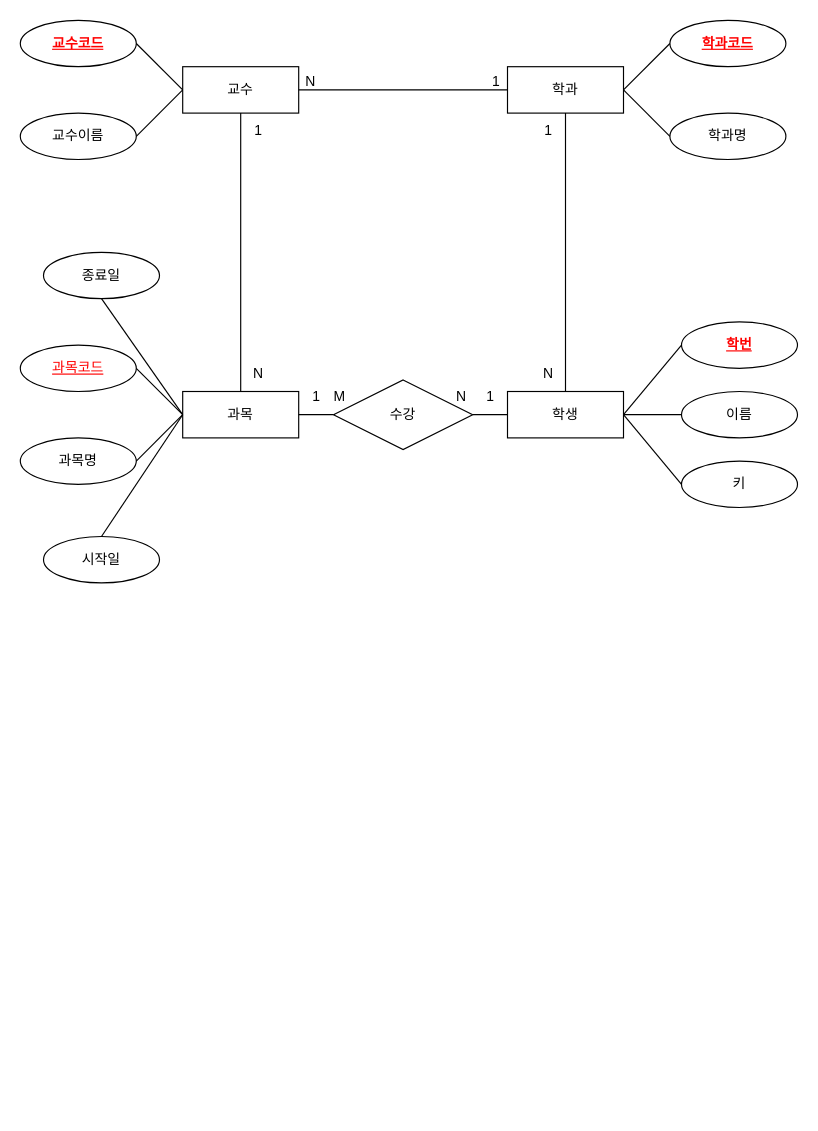
Earlier version of the draw.io diagram 학사관리.drawio (oin1230/OIN). Source tidied: cells renumbered, new cells numbered last; positions are measured from the earlier drawing's top-left corner, leaving out a move shared by most shapes. Both pictures are drawn from the tidied source at 116%, with x=0, y=0 at pixel (20, 20).
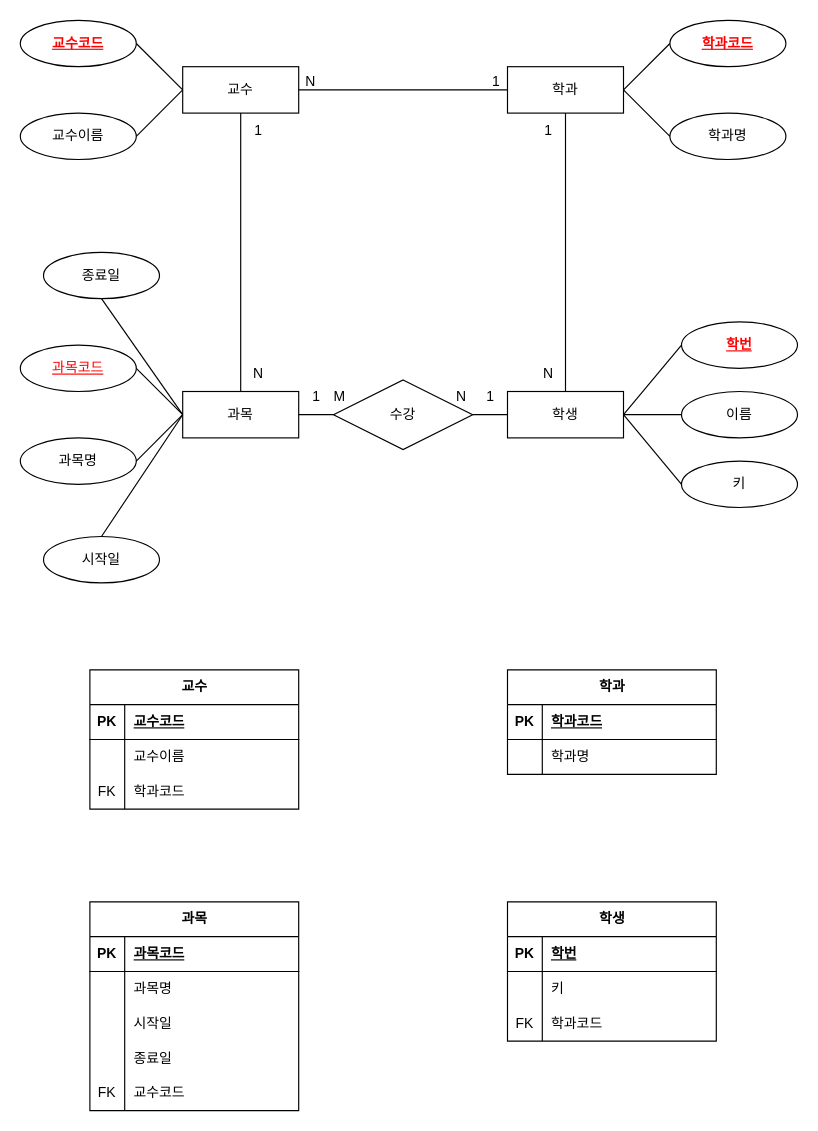
After the change.

Commit message (it also covers changes not shown here):
학사관리.drawio 업데이트

The edit, as a diff of the source:
```diff
@@
+    <mxCell id="44" value="교수" style="shape=table;startSize=30;childLayout=tableLayout;rowLines=0;fontStyle=1;align=center;html=1;" parent="1" vertex="1">
+      <mxGeometry x="60" y="560" width="180" height="120" as="geometry" />
+    </mxCell>
+    <mxCell id="45" style="shape=tableRow;horizontal=0;startSize=0;swimlaneHead=0;swimlaneBody=0;fillColor=none;top=0;left=0;right=0;bottom=1;" parent="44" vertex="1">
+      <mxGeometry y="30" width="180" height="30" as="geometry" />
+    </mxCell>
+    <mxCell id="46" value="PK" style="shape=partialRectangle;fillColor=none;top=0;left=0;bottom=0;right=0;fontStyle=1;overflow=hidden;whiteSpace=wrap;html=1;" parent="45" vertex="1">
+      <mxGeometry width="30" height="30" as="geometry" />
+    </mxCell>
+    <mxCell id="47" value="교수코드" style="shape=partialRectangle;fillColor=none;top=0;left=0;bottom=0;right=0;align=left;spacingLeft=6;fontStyle=5;overflow=hidden;whiteSpace=wrap;html=1;" parent="45" vertex="1">
+      <mxGeometry x="30" width="150" height="30" as="geometry" />
+    </mxCell>
+    <mxCell id="48" style="shape=tableRow;horizontal=0;startSize=0;swimlaneHead=0;swimlaneBody=0;fillColor=none;top=0;left=0;right=0;bottom=0;" parent="44" vertex="1">
+      <mxGeometry y="60" width="180" height="30" as="geometry" />
+    </mxCell>
+    <mxCell id="49" style="shape=partialRectangle;fillColor=none;top=0;left=0;bottom=0;right=0;overflow=hidden;whiteSpace=wrap;html=1;" parent="48" vertex="1">
+      <mxGeometry width="30" height="30" as="geometry" />
+    </mxCell>
+    <mxCell id="50" value="교수이름" style="shape=partialRectangle;fillColor=none;top=0;left=0;bottom=0;right=0;align=left;spacingLeft=6;overflow=hidden;whiteSpace=wrap;html=1;" parent="48" vertex="1">
+      <mxGeometry x="30" width="150" height="30" as="geometry" />
+    </mxCell>
+    <mxCell id="51" style="shape=tableRow;horizontal=0;startSize=0;swimlaneHead=0;swimlaneBody=0;fillColor=none;top=0;left=0;right=0;bottom=0;" parent="44" vertex="1">
+      <mxGeometry y="90" width="180" height="30" as="geometry" />
+    </mxCell>
+    <mxCell id="52" value="FK" style="shape=partialRectangle;fillColor=none;top=0;left=0;bottom=0;right=0;overflow=hidden;whiteSpace=wrap;html=1;" parent="51" vertex="1">
+      <mxGeometry width="30" height="30" as="geometry" />
+    </mxCell>
+    <mxCell id="53" value="학과코드" style="shape=partialRectangle;fillColor=none;top=0;left=0;bottom=0;right=0;align=left;spacingLeft=6;overflow=hidden;whiteSpace=wrap;html=1;" parent="51" vertex="1">
+      <mxGeometry x="30" width="150" height="30" as="geometry" />
+    </mxCell>
+    <mxCell id="54" value="학과" style="shape=table;startSize=30;childLayout=tableLayout;rowLines=0;fontStyle=1;align=center;html=1;" parent="1" vertex="1">
+      <mxGeometry x="420" y="560" width="180" height="90" as="geometry" />
+    </mxCell>
+    <mxCell id="55" style="shape=tableRow;horizontal=0;startSize=0;swimlaneHead=0;swimlaneBody=0;fillColor=none;top=0;left=0;right=0;bottom=1;" parent="54" vertex="1">
+      <mxGeometry y="30" width="180" height="30" as="geometry" />
+    </mxCell>
+    <mxCell id="56" value="PK" style="shape=partialRectangle;fillColor=none;top=0;left=0;bottom=0;right=0;fontStyle=1;overflow=hidden;whiteSpace=wrap;html=1;" parent="55" vertex="1">
+      <mxGeometry width="30" height="30" as="geometry" />
+    </mxCell>
+    <mxCell id="57" value="학과코드" style="shape=partialRectangle;fillColor=none;top=0;left=0;bottom=0;right=0;align=left;spacingLeft=6;fontStyle=5;overflow=hidden;whiteSpace=wrap;html=1;" parent="55" vertex="1">
+      <mxGeometry x="30" width="150" height="30" as="geometry" />
+    </mxCell>
+    <mxCell id="58" style="shape=tableRow;horizontal=0;startSize=0;swimlaneHead=0;swimlaneBody=0;fillColor=none;top=0;left=0;right=0;bottom=0;" parent="54" vertex="1">
+      <mxGeometry y="60" width="180" height="30" as="geometry" />
+    </mxCell>
+    <mxCell id="59" style="shape=partialRectangle;fillColor=none;top=0;left=0;bottom=0;right=0;overflow=hidden;whiteSpace=wrap;html=1;" parent="58" vertex="1">
+      <mxGeometry width="30" height="30" as="geometry" />
+    </mxCell>
+    <mxCell id="60" value="학과명" style="shape=partialRectangle;fillColor=none;top=0;left=0;bottom=0;right=0;align=left;spacingLeft=6;overflow=hidden;whiteSpace=wrap;html=1;" parent="58" vertex="1">
+      <mxGeometry x="30" width="150" height="30" as="geometry" />
+    </mxCell>
+    <mxCell id="61" value="학생" style="shape=table;startSize=30;childLayout=tableLayout;rowLines=0;fontStyle=1;align=center;html=1;" parent="1" vertex="1">
+      <mxGeometry x="420" y="760" width="180" height="120" as="geometry" />
+    </mxCell>
+    <mxCell id="62" style="shape=tableRow;horizontal=0;startSize=0;swimlaneHead=0;swimlaneBody=0;fillColor=none;top=0;left=0;right=0;bottom=1;" parent="61" vertex="1">
+      <mxGeometry y="30" width="180" height="30" as="geometry" />
+    </mxCell>
+    <mxCell id="63" value="PK" style="shape=partialRectangle;fillColor=none;top=0;left=0;bottom=0;right=0;fontStyle=1;overflow=hidden;whiteSpace=wrap;html=1;" parent="62" vertex="1">
+      <mxGeometry width="30" height="30" as="geometry" />
+    </mxCell>
+    <mxCell id="64" value="학번" style="shape=partialRectangle;fillColor=none;top=0;left=0;bottom=0;right=0;align=left;spacingLeft=6;fontStyle=5;overflow=hidden;whiteSpace=wrap;html=1;" parent="62" vertex="1">
+      <mxGeometry x="30" width="150" height="30" as="geometry" />
+    </mxCell>
+    <mxCell id="65" style="shape=tableRow;horizontal=0;startSize=0;swimlaneHead=0;swimlaneBody=0;fillColor=none;top=0;left=0;right=0;bottom=0;" parent="61" vertex="1">
+      <mxGeometry y="60" width="180" height="30" as="geometry" />
+    </mxCell>
+    <mxCell id="66" style="shape=partialRectangle;fillColor=none;top=0;left=0;bottom=0;right=0;overflow=hidden;whiteSpace=wrap;html=1;" parent="65" vertex="1">
+      <mxGeometry width="30" height="30" as="geometry" />
+    </mxCell>
+    <mxCell id="67" value="키" style="shape=partialRectangle;fillColor=none;top=0;left=0;bottom=0;right=0;align=left;spacingLeft=6;overflow=hidden;whiteSpace=wrap;html=1;" parent="65" vertex="1">
+      <mxGeometry x="30" width="150" height="30" as="geometry" />
+    </mxCell>
+    <mxCell id="68" style="shape=tableRow;horizontal=0;startSize=0;swimlaneHead=0;swimlaneBody=0;fillColor=none;top=0;left=0;right=0;bottom=0;" parent="61" vertex="1">
+      <mxGeometry y="90" width="180" height="30" as="geometry" />
+    </mxCell>
+    <mxCell id="69" value="FK" style="shape=partialRectangle;fillColor=none;top=0;left=0;bottom=0;right=0;overflow=hidden;whiteSpace=wrap;html=1;" parent="68" vertex="1">
+      <mxGeometry width="30" height="30" as="geometry" />
+    </mxCell>
+    <mxCell id="70" value="학과코드" style="shape=partialRectangle;fillColor=none;top=0;left=0;bottom=0;right=0;align=left;spacingLeft=6;overflow=hidden;whiteSpace=wrap;html=1;" parent="68" vertex="1">
+      <mxGeometry x="30" width="150" height="30" as="geometry" />
+    </mxCell>
+    <mxCell id="71" value="과목" style="shape=table;startSize=30;childLayout=tableLayout;rowLines=0;fontStyle=1;align=center;html=1;" parent="1" vertex="1">
+      <mxGeometry x="60" y="760" width="180" height="180" as="geometry" />
+    </mxCell>
+    <mxCell id="72" style="shape=tableRow;horizontal=0;startSize=0;swimlaneHead=0;swimlaneBody=0;fillColor=none;top=0;left=0;right=0;bottom=1;" parent="71" vertex="1">
+      <mxGeometry y="30" width="180" height="30" as="geometry" />
+    </mxCell>
+    <mxCell id="73" value="PK" style="shape=partialRectangle;fillColor=none;top=0;left=0;bottom=0;right=0;fontStyle=1;overflow=hidden;whiteSpace=wrap;html=1;" parent="72" vertex="1">
+      <mxGeometry width="30" height="30" as="geometry" />
+    </mxCell>
+    <mxCell id="74" value="과목코드" style="shape=partialRectangle;fillColor=none;top=0;left=0;bottom=0;right=0;align=left;spacingLeft=6;fontStyle=5;overflow=hidden;whiteSpace=wrap;html=1;" parent="72" vertex="1">
+      <mxGeometry x="30" width="150" height="30" as="geometry" />
+    </mxCell>
+    <mxCell id="75" style="shape=tableRow;horizontal=0;startSize=0;swimlaneHead=0;swimlaneBody=0;fillColor=none;top=0;left=0;right=0;bottom=0;" parent="71" vertex="1">
+      <mxGeometry y="60" width="180" height="30" as="geometry" />
+    </mxCell>
+    <mxCell id="76" style="shape=partialRectangle;fillColor=none;top=0;left=0;bottom=0;right=0;overflow=hidden;whiteSpace=wrap;html=1;" parent="75" vertex="1">
+      <mxGeometry width="30" height="30" as="geometry" />
+    </mxCell>
+    <mxCell id="77" value="과목명" style="shape=partialRectangle;fillColor=none;top=0;left=0;bottom=0;right=0;align=left;spacingLeft=6;overflow=hidden;whiteSpace=wrap;html=1;" parent="75" vertex="1">
+      <mxGeometry x="30" width="150" height="30" as="geometry" />
+    </mxCell>
+    <mxCell id="78" style="shape=tableRow;horizontal=0;startSize=0;swimlaneHead=0;swimlaneBody=0;fillColor=none;top=0;left=0;right=0;bottom=0;" parent="71" vertex="1">
+      <mxGeometry y="90" width="180" height="30" as="geometry" />
+    </mxCell>
+    <mxCell id="79" style="shape=partialRectangle;fillColor=none;top=0;left=0;bottom=0;right=0;overflow=hidden;whiteSpace=wrap;html=1;" parent="78" vertex="1">
+      <mxGeometry width="30" height="30" as="geometry" />
+    </mxCell>
+    <mxCell id="80" value="시작일" style="shape=partialRectangle;fillColor=none;top=0;left=0;bottom=0;right=0;align=left;spacingLeft=6;overflow=hidden;whiteSpace=wrap;html=1;" parent="78" vertex="1">
+      <mxGeometry x="30" width="150" height="30" as="geometry" />
+    </mxCell>
+    <mxCell id="81" style="shape=tableRow;horizontal=0;startSize=0;swimlaneHead=0;swimlaneBody=0;fillColor=none;top=0;left=0;right=0;bottom=0;" parent="71" vertex="1">
+      <mxGeometry y="120" width="180" height="30" as="geometry" />
+    </mxCell>
+    <mxCell id="82" style="shape=partialRectangle;fillColor=none;top=0;left=0;bottom=0;right=0;overflow=hidden;whiteSpace=wrap;html=1;" parent="81" vertex="1">
+      <mxGeometry width="30" height="30" as="geometry" />
+    </mxCell>
+    <mxCell id="83" value="종료일" style="shape=partialRectangle;fillColor=none;top=0;left=0;bottom=0;right=0;align=left;spacingLeft=6;overflow=hidden;whiteSpace=wrap;html=1;" parent="81" vertex="1">
+      <mxGeometry x="30" width="150" height="30" as="geometry" />
+    </mxCell>
+    <mxCell id="84" style="shape=tableRow;horizontal=0;startSize=0;swimlaneHead=0;swimlaneBody=0;fillColor=none;top=0;left=0;right=0;bottom=0;" parent="71" vertex="1">
+      <mxGeometry y="150" width="180" height="30" as="geometry" />
+    </mxCell>
+    <mxCell id="85" value="FK" style="shape=partialRectangle;fillColor=none;top=0;left=0;bottom=0;right=0;overflow=hidden;whiteSpace=wrap;html=1;" parent="84" vertex="1">
+      <mxGeometry width="30" height="30" as="geometry" />
+    </mxCell>
+    <mxCell id="86" value="교수코드" style="shape=partialRectangle;fillColor=none;top=0;left=0;bottom=0;right=0;align=left;spacingLeft=6;overflow=hidden;whiteSpace=wrap;html=1;" parent="84" vertex="1">
+      <mxGeometry x="30" width="150" height="30" as="geometry" />
+    </mxCell>
```
